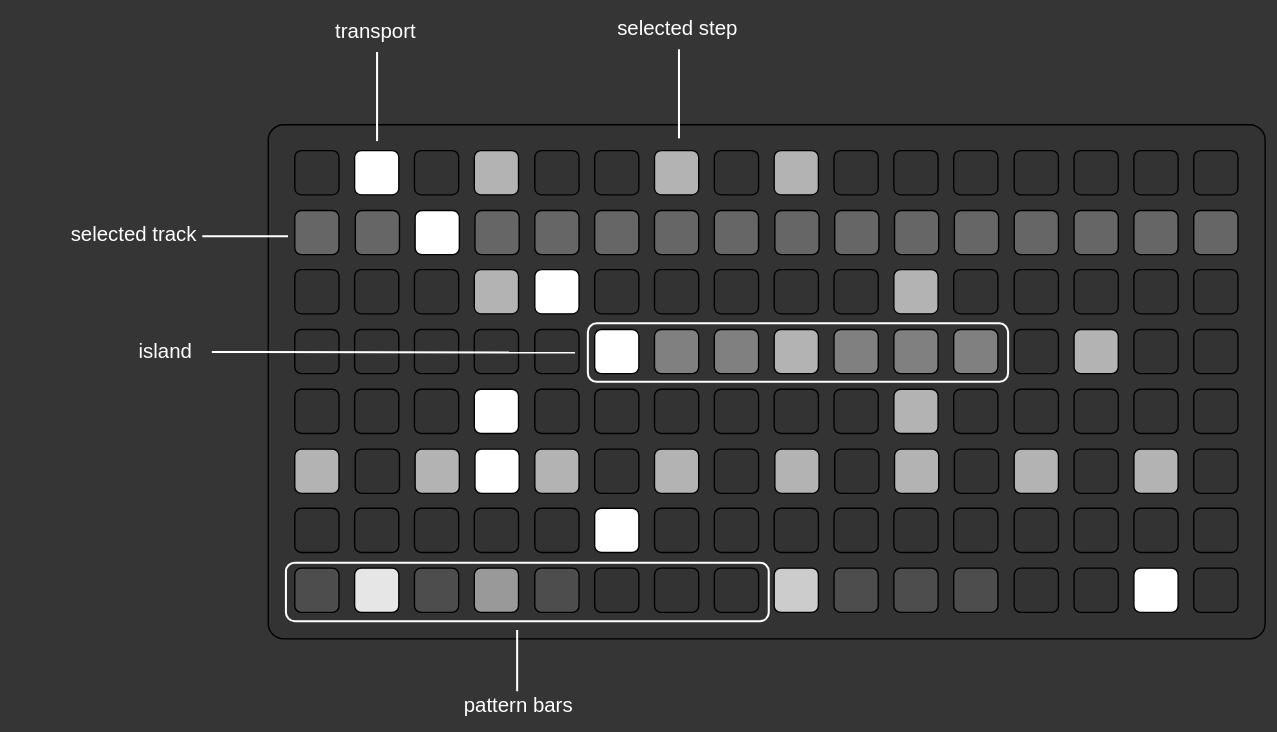
Earlier version of the draw.io diagram page "sample_seq" (2 of 12) of static/grid_movements.drawio (leontoddjohnson/etc). Source tidied: cells renumbered, new cells numbered last; positions are measured from the earlier drawing's top-left corner, leaving out a move shared by most shapes. Both pictures are drawn from the tidied source at 68%, with x=0, y=0 at pixel (12, 12).
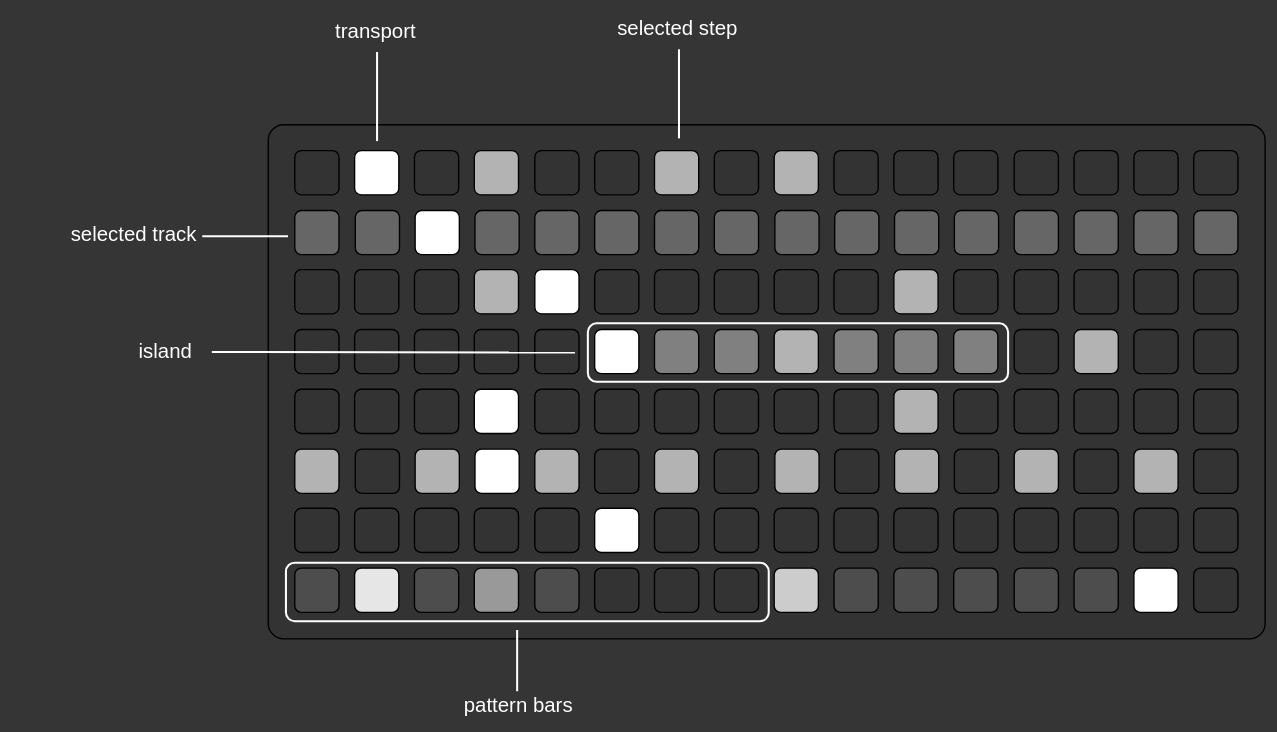
After the change.

The edit, as a diff of the source:
```diff
@@
-    <mxCell id="129" style="rounded=1;whiteSpace=wrap;html=1;strokeWidth=2;fillColor=#333333;strokeColor=default;" parent="1" vertex="1">
+    <mxCell id="129" style="rounded=1;whiteSpace=wrap;html=1;strokeWidth=2;fillColor=#4D4D4D;strokeColor=default;" parent="1" vertex="1">
       <mxGeometry x="1474" y="818" width="65" height="65" as="geometry" />
     </mxCell>
-    <mxCell id="130" style="rounded=1;whiteSpace=wrap;html=1;strokeWidth=2;fillColor=#333333;strokeColor=default;" parent="1" vertex="1">
+    <mxCell id="130" style="rounded=1;whiteSpace=wrap;html=1;strokeWidth=2;fillColor=#4D4D4D;strokeColor=default;" parent="1" vertex="1">
       <mxGeometry x="1562" y="818" width="65" height="65" as="geometry" />
     </mxCell>
```
